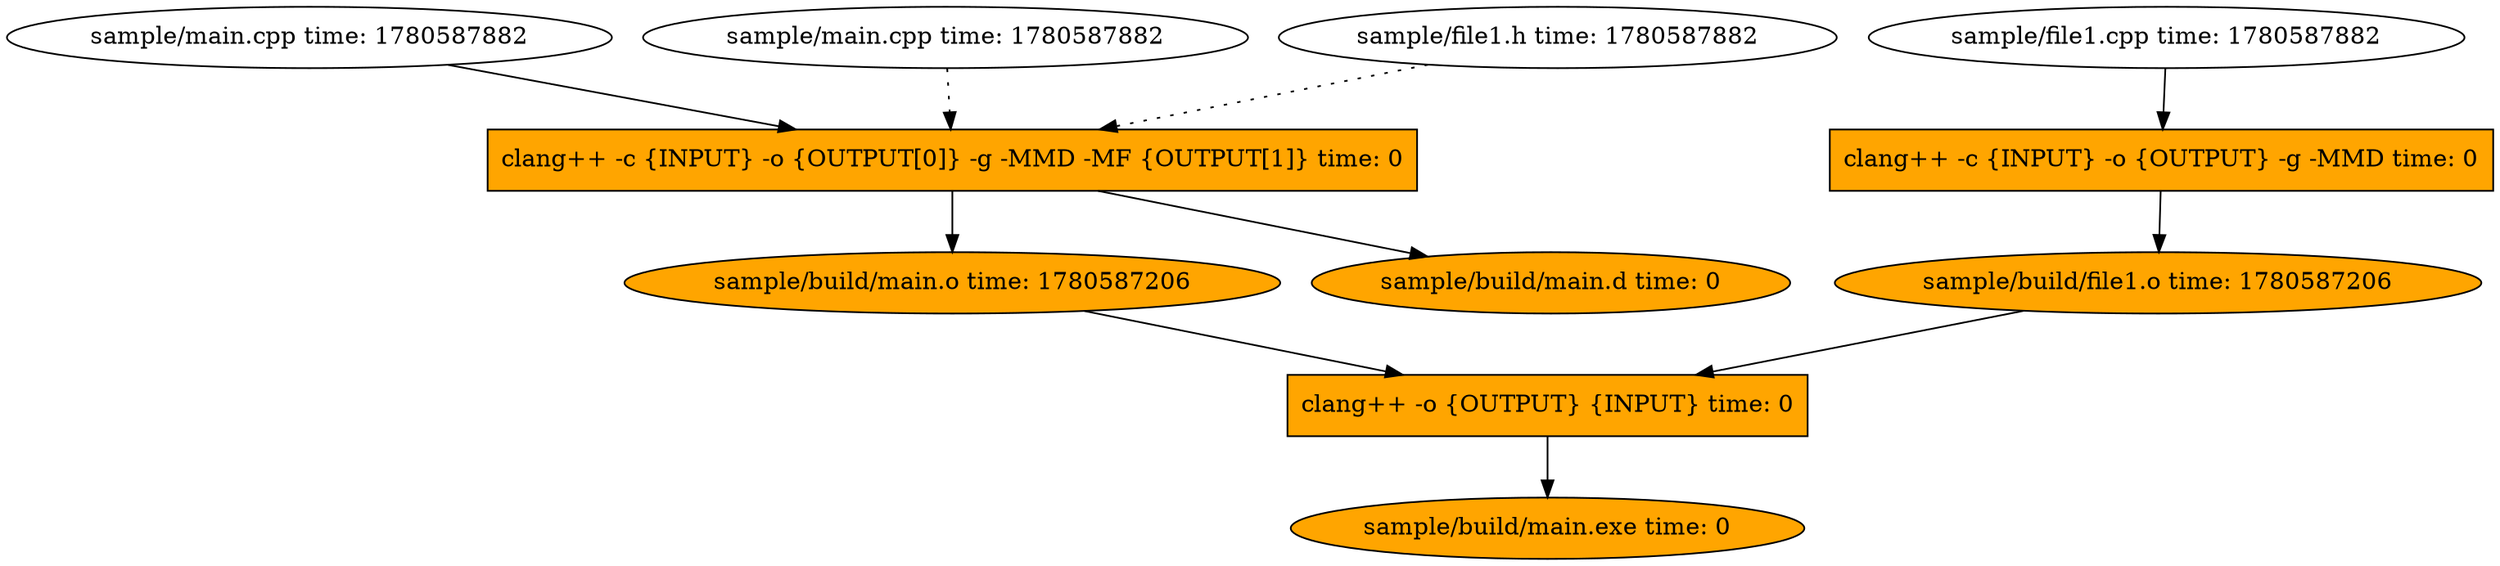
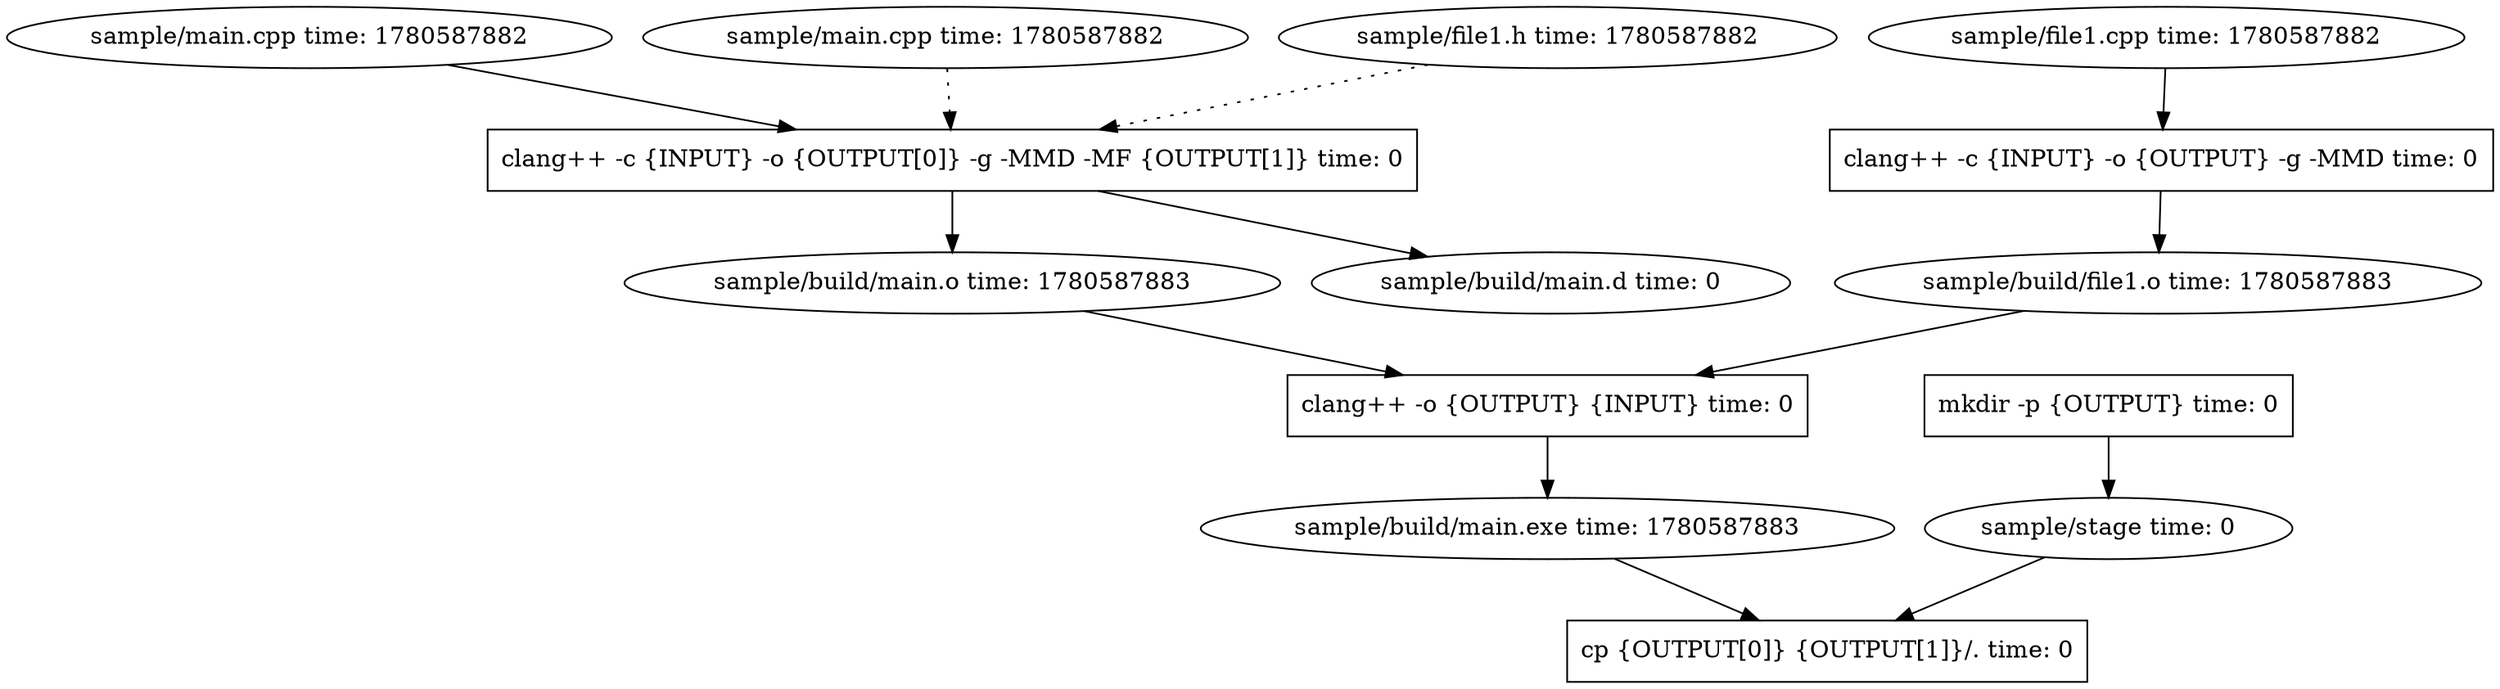
strict digraph G {
- x0x64d24063a230 [label="sample/main.cpp time: 1780587882", shape=ellipse]
- x0x64d24063a230 -> x0x64d24063a428
- x0x64d24063a0e0 [label="sample/main.cpp time: 1780587882", shape=ellipse]
- x0x64d24063a0e0 -> x0x64d24063a428 [style=dotted]
- x0x64d24063a188 [label="sample/file1.h time: 1780587882", shape=ellipse]
- x0x64d24063a188 -> x0x64d24063a428 [style=dotted]
- x0x64d24063a428 [label="clang++ -c {INPUT} -o {OUTPUT[0]} -g -MMD -MF {OUTPUT[1]} time: 0", shape=box, style=filled, fillcolor=orange]
- x0x64d24063a428 -> x0x64d24063a2d8
- x0x64d24063a2d8 [label="sample/build/main.o time: 0", shape=ellipse, style=filled, fillcolor=orange]
- x0x64d24063a428 -> x0x64d24063a380
- x0x64d24063a380 [label="sample/build/main.d time: 0", shape=ellipse, style=filled, fillcolor=orange]
- x0x64d24063a2d8 [label="sample/build/main.o time: 1780587206", shape=ellipse, style=filled, fillcolor=orange]
- x0x64d24063a2d8 -> x0x64d24063a770
- x0x64d24063a4d0 [label="sample/file1.cpp time: 1780587882", shape=ellipse]
- x0x64d24063a4d0 -> x0x64d24063a620
- x0x64d24063a620 [label="clang++ -c {INPUT} -o {OUTPUT} -g -MMD time: 0", shape=box, style=filled, fillcolor=orange]
- x0x64d24063a620 -> x0x64d24063a578
- x0x64d24063a578 [label="sample/build/file1.o time: 0", shape=ellipse, style=filled, fillcolor=orange]
- x0x64d24063a578 [label="sample/build/file1.o time: 1780587206", shape=ellipse, style=filled, fillcolor=orange]
- x0x64d24063a578 -> x0x64d24063a770
- x0x64d24063a770 [label="clang++ -o {OUTPUT} {INPUT} time: 0", shape=box, style=filled, fillcolor=orange]
- x0x64d24063a770 -> x0x64d24063a6c8
- x0x64d24063a6c8 [label="sample/build/main.exe time: 0", shape=ellipse, style=filled, fillcolor=orange]
- x0x64d24063a6c8 [label="sample/build/main.exe time: 0", shape=ellipse, style=filled, fillcolor=orange]
+ x0x57d6d104f250 [label="sample/main.cpp time: 1780587882", shape=ellipse]
+ x0x57d6d104f250 -> x0x57d6d104f478
+ x0x57d6d104f0e0 [label="sample/main.cpp time: 1780587882", shape=ellipse]
+ x0x57d6d104f0e0 -> x0x57d6d104f478 [style=dotted]
+ x0x57d6d104f198 [label="sample/file1.h time: 1780587882", shape=ellipse]
+ x0x57d6d104f198 -> x0x57d6d104f478 [style=dotted]
+ x0x57d6d104f478 [label="clang++ -c {INPUT} -o {OUTPUT[0]} -g -MMD -MF {OUTPUT[1]} time: 0", shape=box]
+ x0x57d6d104f478 -> x0x57d6d104f308
+ x0x57d6d104f308 [label="sample/build/main.o time: 0", shape=ellipse]
+ x0x57d6d104f478 -> x0x57d6d104f3c0
+ x0x57d6d104f3c0 [label="sample/build/main.d time: 0", shape=ellipse]
+ x0x57d6d104f308 [label="sample/build/main.o time: 1780587883", shape=ellipse]
+ x0x57d6d104f308 -> x0x57d6d104f810
+ x0x57d6d104f530 [label="sample/file1.cpp time: 1780587882", shape=ellipse]
+ x0x57d6d104f530 -> x0x57d6d104f6a0
+ x0x57d6d104f6a0 [label="clang++ -c {INPUT} -o {OUTPUT} -g -MMD time: 0", shape=box]
+ x0x57d6d104f6a0 -> x0x57d6d104f5e8
+ x0x57d6d104f5e8 [label="sample/build/file1.o time: 0", shape=ellipse]
+ x0x57d6d104f5e8 [label="sample/build/file1.o time: 1780587883", shape=ellipse]
+ x0x57d6d104f5e8 -> x0x57d6d104f810
+ x0x57d6d104f810 [label="clang++ -o {OUTPUT} {INPUT} time: 0", shape=box]
+ x0x57d6d104f810 -> x0x57d6d104f758
+ x0x57d6d104f758 [label="sample/build/main.exe time: 0", shape=ellipse]
+ x0x57d6d104f758 [label="sample/build/main.exe time: 1780587883", shape=ellipse]
+ x0x57d6d104f758 -> x0x57d6d104fa38
+ x0x57d6d104f980 [label="mkdir -p {OUTPUT} time: 0", shape=box]
+ x0x57d6d104f980 -> x0x57d6d104f8c8
+ x0x57d6d104f8c8 [label="sample/stage time: 0", shape=ellipse]
+ x0x57d6d104f8c8 [label="sample/stage time: 0", shape=ellipse]
+ x0x57d6d104f8c8 -> x0x57d6d104fa38
+ x0x57d6d104fa38 [label="cp {OUTPUT[0]} {OUTPUT[1]}/. time: 0", shape=box]
}
